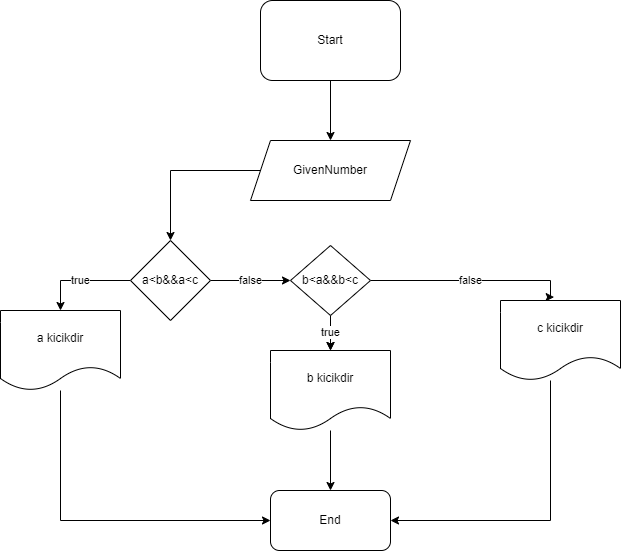
This is GivenNumber.png from IsaSadigovDV/GivenNumberAssignment, a draw.io export, as it was before one commit. Source tidied: cells renumbered, new cells last; positions are measured from the earlier drawing's top-left corner, leaving out a move shared by most shapes.
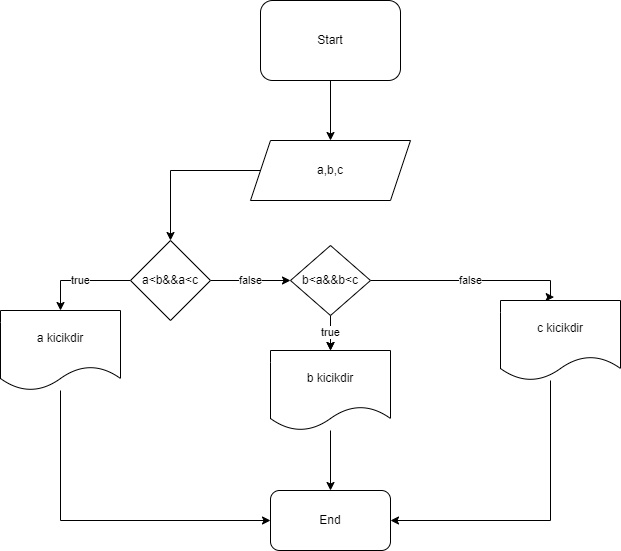
After the change.

What changed in the source:
```diff
@@ -11,7 +11,7 @@
     <mxCell id="4" style="edgeStyle=orthogonalEdgeStyle;rounded=0;jettySize=auto;html=1;entryX=0.5;entryY=0;entryDx=0;entryDy=0;" parent="1" edge="1" source="5" target="8">
       <mxGeometry relative="1" as="geometry" />
     </mxCell>
-    <mxCell id="5" value="GivenNumber" style="shape=parallelogram;perimeter=parallelogramPerimeter;whiteSpace=wrap;html=1;fixedSize=1;" parent="1" vertex="1">
+    <mxCell id="5" value="a,b,c" style="shape=parallelogram;perimeter=parallelogramPerimeter;whiteSpace=wrap;html=1;fixedSize=1;" parent="1" vertex="1">
       <mxGeometry x="250" y="140" width="160" height="60" as="geometry" />
     </mxCell>
     <mxCell id="6" value="false" style="edgeStyle=orthogonalEdgeStyle;rounded=0;jettySize=auto;html=1;entryX=0;entryY=0.5;entryDx=0;entryDy=0;" parent="1" edge="1" source="8" target="12">
```
